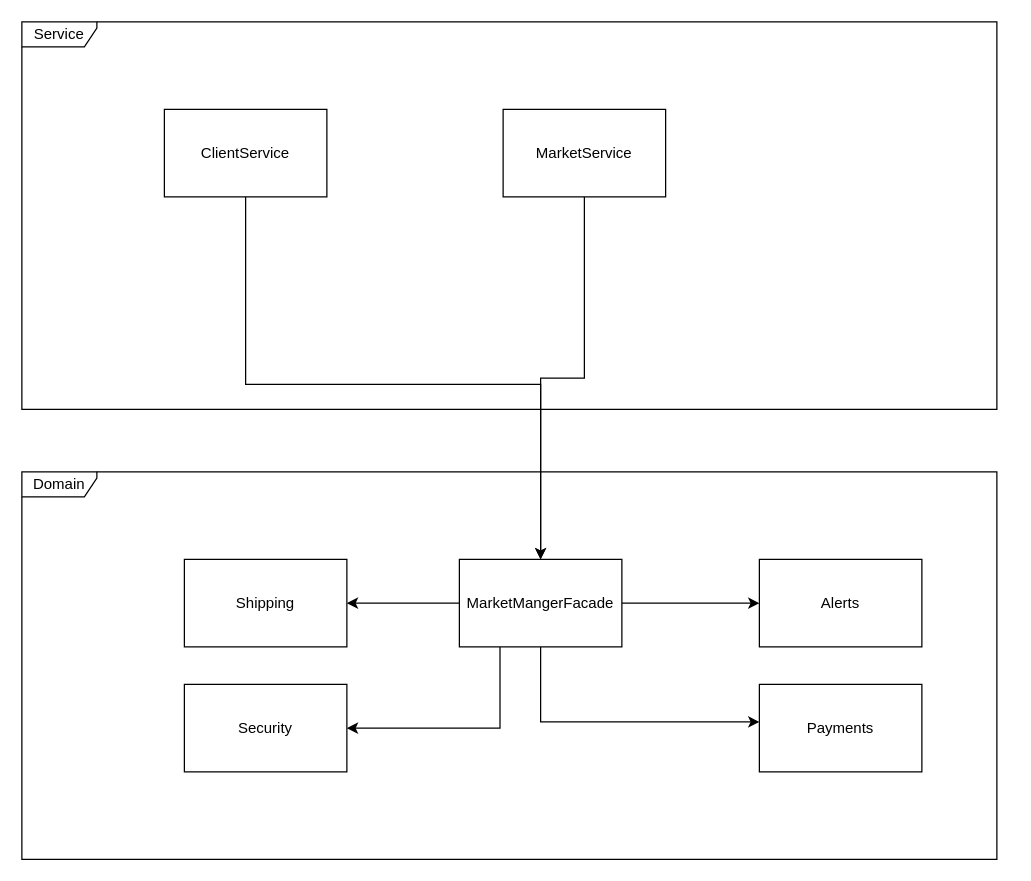
Above: docs/ArchitectureDiagram.drawio in noamalu/Ecommerce-System (draw.io), before the change. Source tidied: cells renumbered, new cells numbered last; positions are measured from the earlier drawing's top-left corner, leaving out a move shared by most shapes. Both pictures are drawn from the tidied source at 125%, with x=0, y=0 at pixel (21, 21).
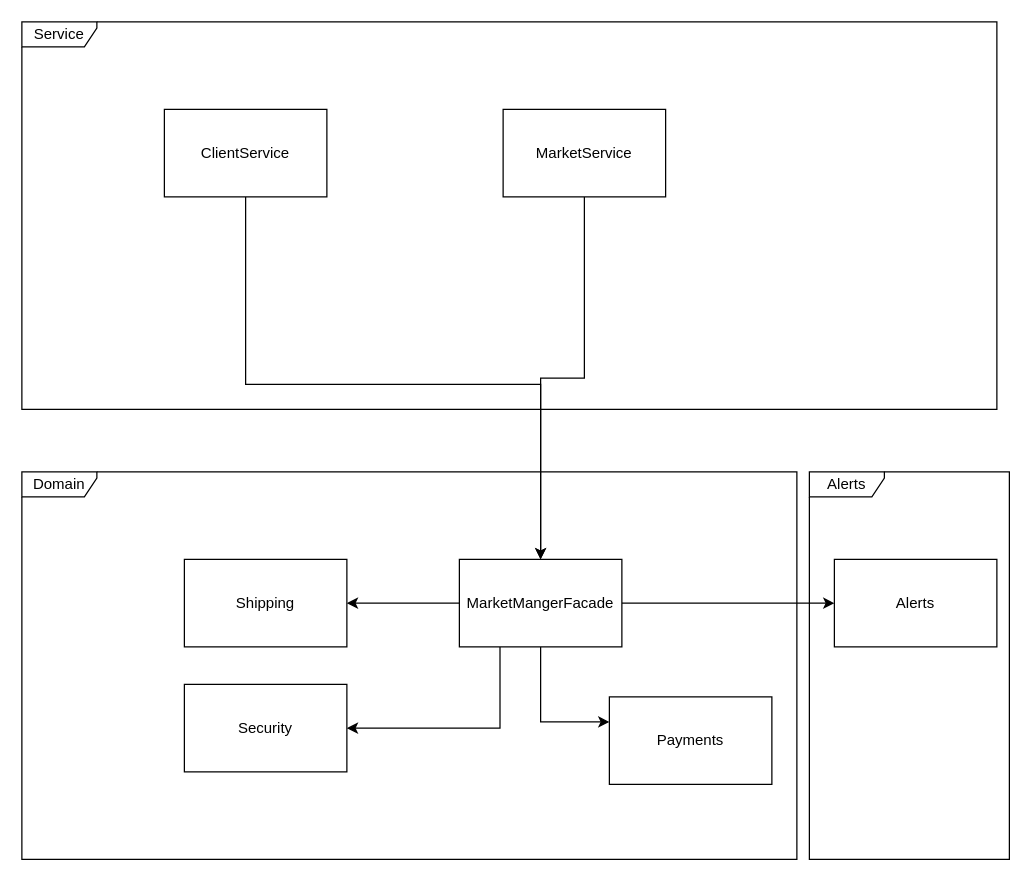
Above is the later version.

Change to the diagram source:
```diff
@@
     <mxCell id="8" value="Domain" style="shape=umlFrame;whiteSpace=wrap;html=1;width=60;height=20;" parent="1" vertex="1">
-      <mxGeometry y="360" width="780" height="310" as="geometry" />
+      <mxGeometry y="360" width="620" height="310" as="geometry" />
     </mxCell>
     <mxCell id="9" value="Payments" style="html=1;whiteSpace=wrap;" parent="1" vertex="1">
-      <mxGeometry x="590" y="530" width="130" height="70" as="geometry" />
+      <mxGeometry x="470" y="540" width="130" height="70" as="geometry" />
     </mxCell>
     <mxCell id="10" value="Alerts" style="html=1;whiteSpace=wrap;" parent="1" vertex="1">
-      <mxGeometry x="590" y="430" width="130" height="70" as="geometry" />
+      <mxGeometry x="650" y="430" width="130" height="70" as="geometry" />
     </mxCell>
@@
+    <mxCell id="18" value="Alerts" style="shape=umlFrame;whiteSpace=wrap;html=1;width=60;height=20;" parent="1" vertex="1">
+      <mxGeometry x="630" y="360" width="160" height="310" as="geometry" />
+    </mxCell>
```
